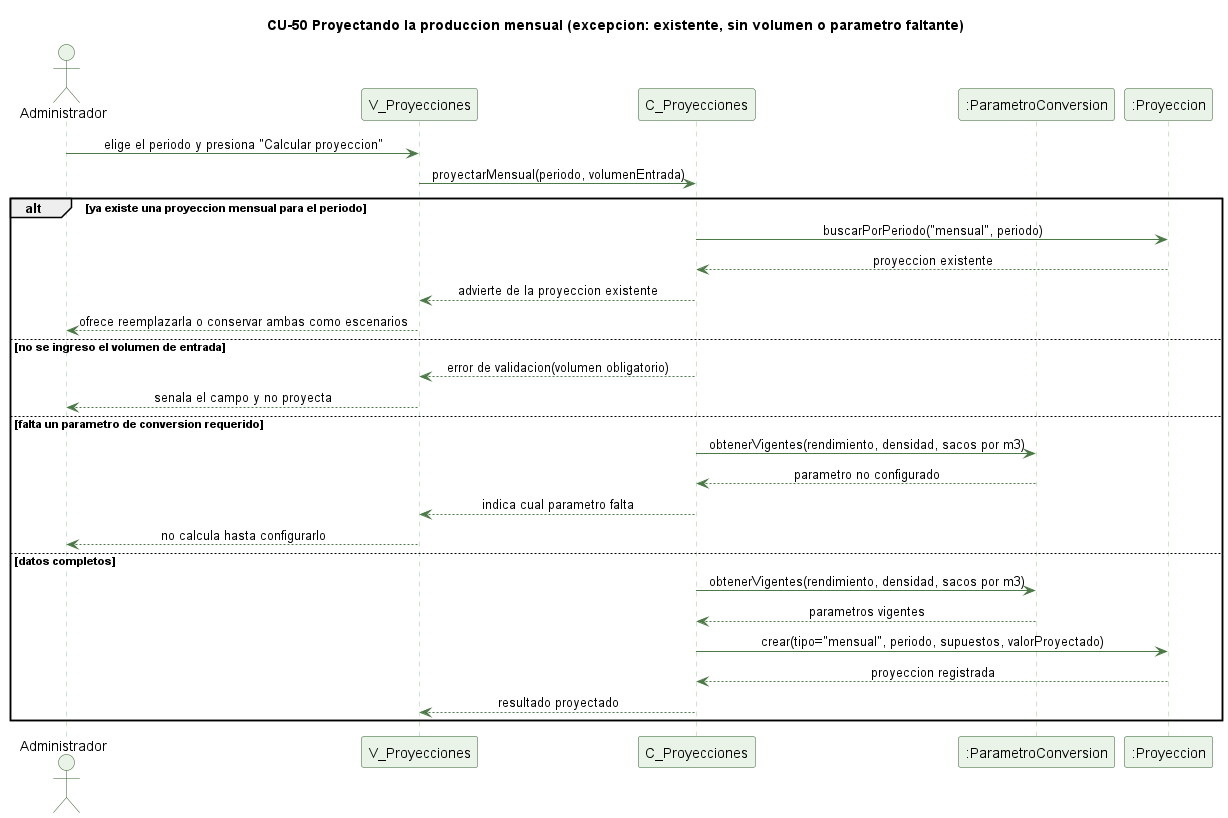
Earlier version of the PlantUML export docs/trabajo-grupal/diagramas/secuencias/cu50-proyeccion-mensual-excepcion.png (kenjikaese/Triverde).
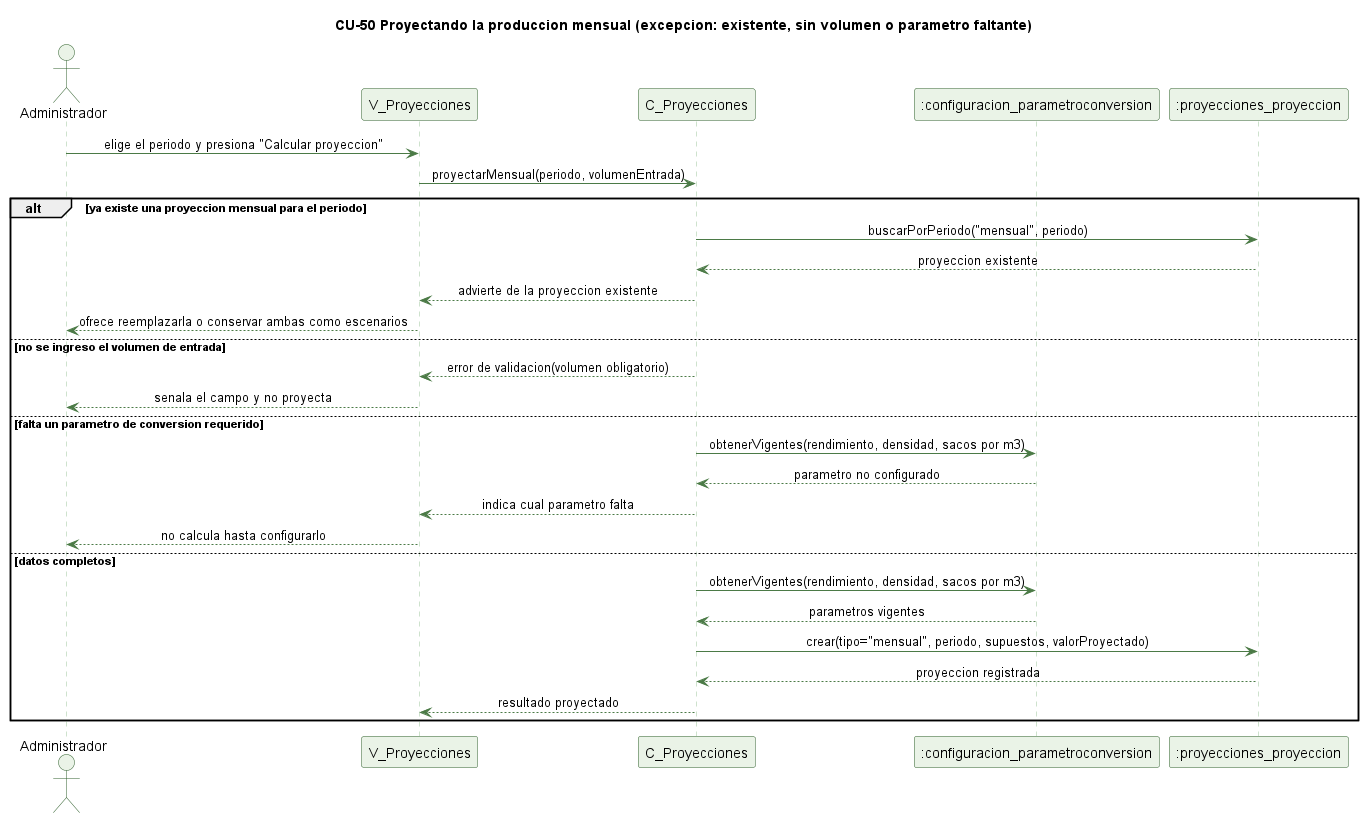
The same file after the commit.

What changed in the source:
```diff
@@ -15,8 +15,8 @@
 actor Administrador
 participant "V_Proyecciones" as V
 participant "C_Proyecciones" as C
-participant ":ParametroConversion" as PC
-participant ":Proyeccion" as P
+participant ":configuracion_parametroconversion" as PC
+participant ":proyecciones_proyeccion" as P
 
 Administrador -> V : elige el periodo y presiona "Calcular proyeccion"
 V -> C : proyectarMensual(periodo, volumenEntrada)
```
